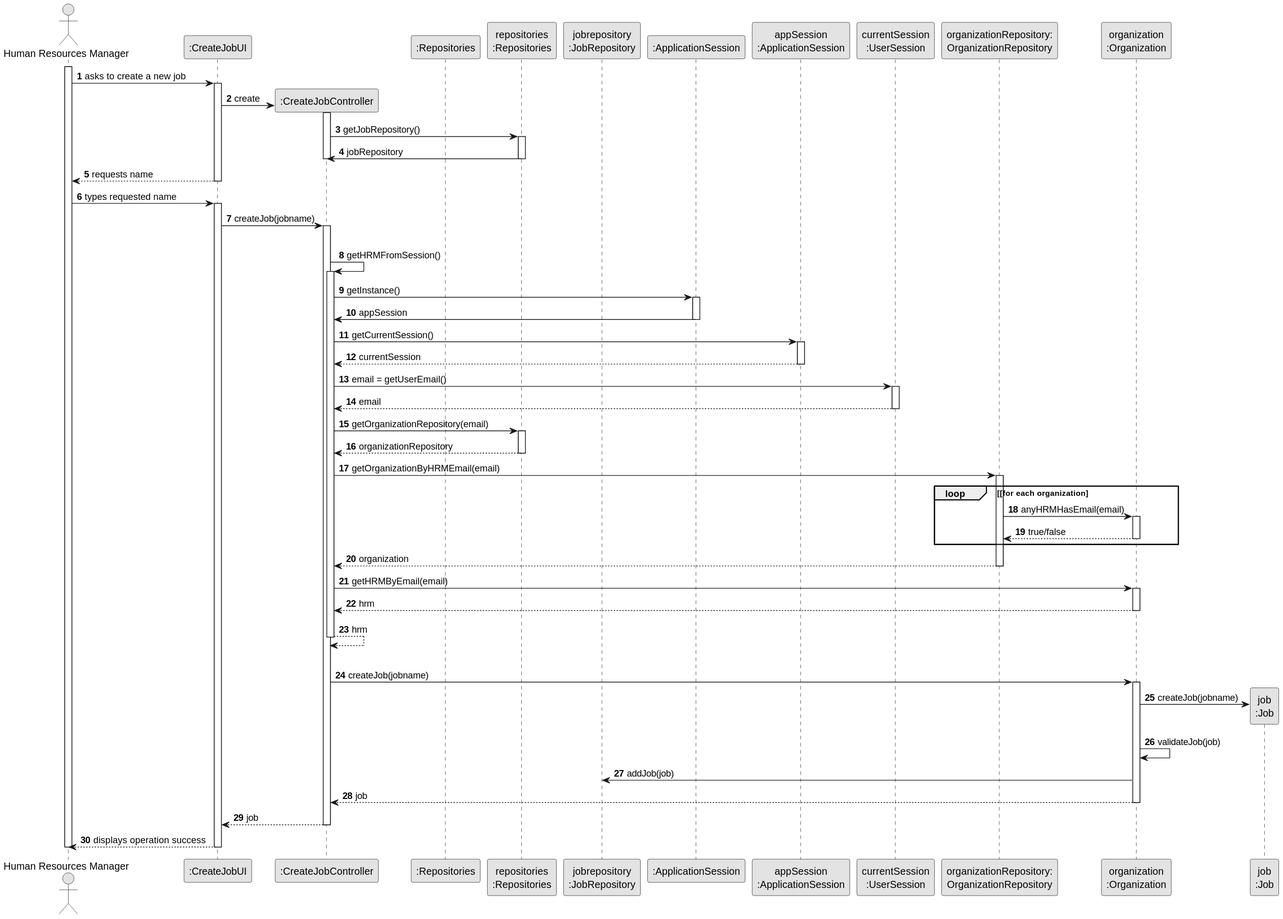
The PlantUML diagram docs/sprint3/us002/03.design/svg/us002-sequence-diagram-full.svg in tiagosoa/lei-24-s2-1dgh-g073, before a commit.
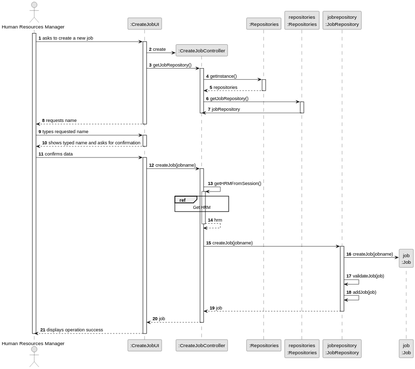
After the commit.

What changed in the source:
```diff
@@ -10,13 +10,8 @@
 participant ":CreateJobController" as CTRL
 participant ":Repositories" as RepositorySingleton
 participant "repositories\n:Repositories" as PLAT
-participant "jobrepository\n:JobRepository" as SR
-participant ":ApplicationSession" as _APP
-participant "appSession\n:ApplicationSession" as APP
-participant "currentSession\n:UserSession" as SESSAO
-participant "organizationRepository:\nOrganizationRepository" as OrganizationRepository
-participant "organization\n:Organization" as ORG
-participant "job\n:Job" as TAREFA
+participant "jobrepository\n:JobRepository" as JR
+participant "job\n:Job" as TRABALHO
 
 activate ADM
 
@@ -26,7 +21,15 @@
 
             UI -> CTRL** : create
 
+            UI -> CTRL : getJobRepository()
+
             activate CTRL
+
+            CTRL -> RepositorySingleton : getInstance()
+                            activate RepositorySingleton
+
+                                RepositorySingleton --> CTRL: repositories
+                            deactivate RepositorySingleton
 
                  CTRL -> PLAT : getJobRepository()
                          activate PLAT
@@ -40,6 +43,12 @@
     ADM -> UI : types requested name
     activate UI
 
+            UI --> ADM : shows typed name and asks for confirmation
+        deactivate UI
+
+        ADM -> UI : confirms data
+        activate UI
+
         UI -> CTRL : createJob(jobname)
         activate CTRL
 
@@ -47,68 +56,27 @@
             CTRL -> CTRL : getHRMFromSession()
             activate CTRL
 
-                CTRL -> _APP: getInstance()
-                activate _APP
-                    _APP -> CTRL: appSession
-                deactivate _APP
-
-
-                CTRL -> APP: getCurrentSession()
-                activate APP
-
-                    APP --> CTRL: currentSession
-                deactivate APP
-
-                CTRL -> SESSAO: email = getUserEmail()
-                activate SESSAO
-
-                    SESSAO --> CTRL: email
-                deactivate SESSAO
-
-
-                CTRL -> PLAT: getOrganizationRepository(email)
-                activate PLAT
-
-                    PLAT --> CTRL: organizationRepository
-                deactivate PLAT
-
-
-                CTRL -> OrganizationRepository: getOrganizationByHRMEmail(email)
-                activate OrganizationRepository
-
-                    loop [for each organization
-                        OrganizationRepository -> ORG : anyHRMHasEmail(email)
-                        activate ORG
-
-                             ORG --> OrganizationRepository : true/false
-                        deactivate ORG
-                    end
-                    OrganizationRepository --> CTRL : organization
-                deactivate OrganizationRepository
-
-                CTRL -> ORG: getHRMByEmail(email)
-                activate ORG
-
-                    ORG --> CTRL : hrm
-                deactivate ORG
+                ref over CTRL
+                Get HRM
+                end
 
                 CTRL --> CTRL : hrm
             deactivate CTRL
 
             |||
-            CTRL -> ORG: createJob(jobname)
-            activate ORG
+            CTRL -> JR: createJob(jobname)
+            activate JR
 
-                ORG -> TAREFA**: createJob(jobname)
+                JR -> TRABALHO**: createJob(jobname)
 
-                ORG -> ORG: validateJob(job)
+                JR -> JR: validateJob(job)
 
-                ORG -> SR: addJob(job)
+                JR -> JR: addJob(job)
 
 
-                ORG --> CTRL : job
+                JR --> CTRL : job
 
-            deactivate ORG
+            deactivate JR
 
             CTRL --> UI: job
             deactivate CTRL
```
